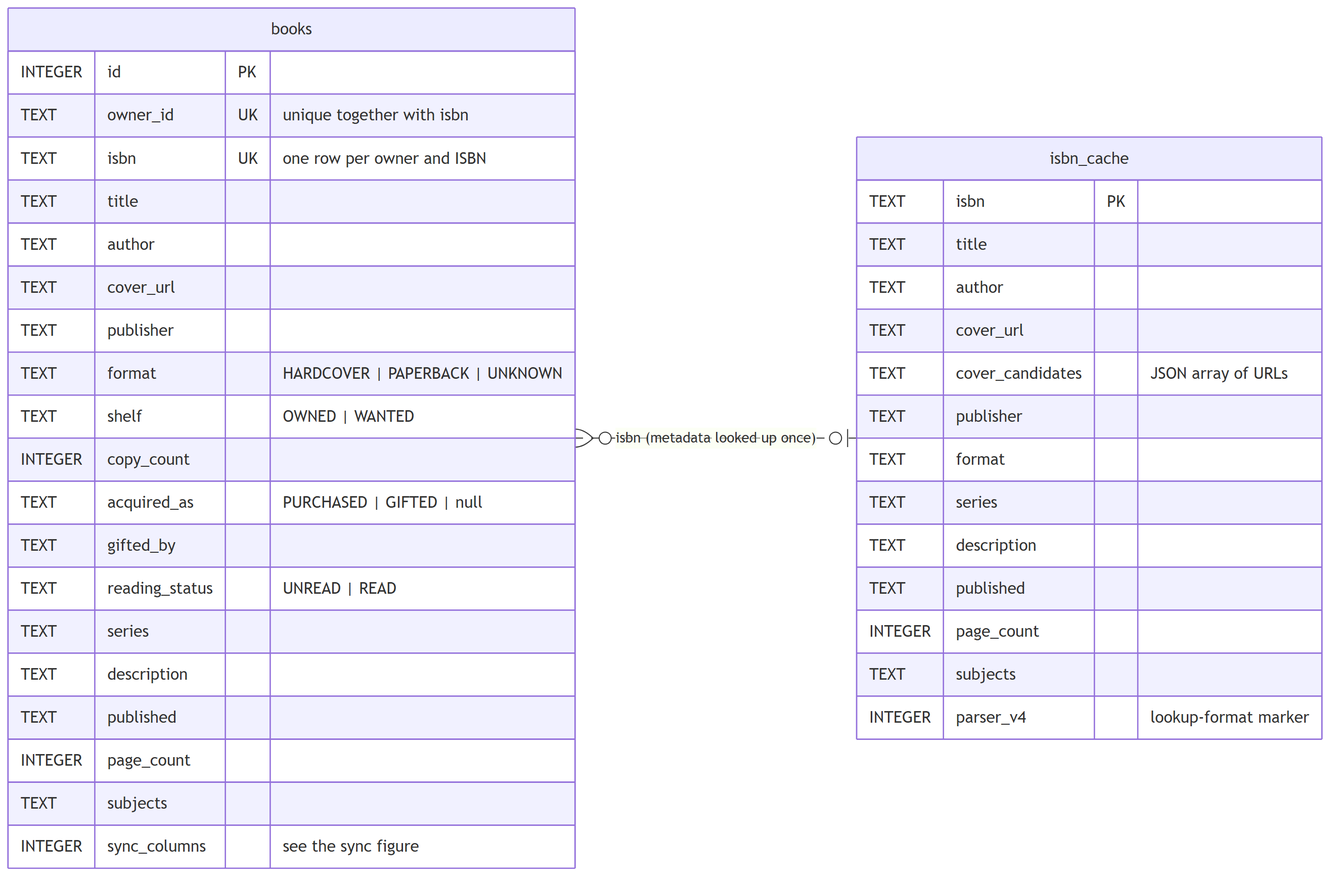
ghechavarria/cen5064-project-hechavarria keeps this Mermaid diagram as docs/design/figures/data-model.png. Above is the earlier version. Its source is kept beside it as docs/design/diagrams/data-model.mmd.
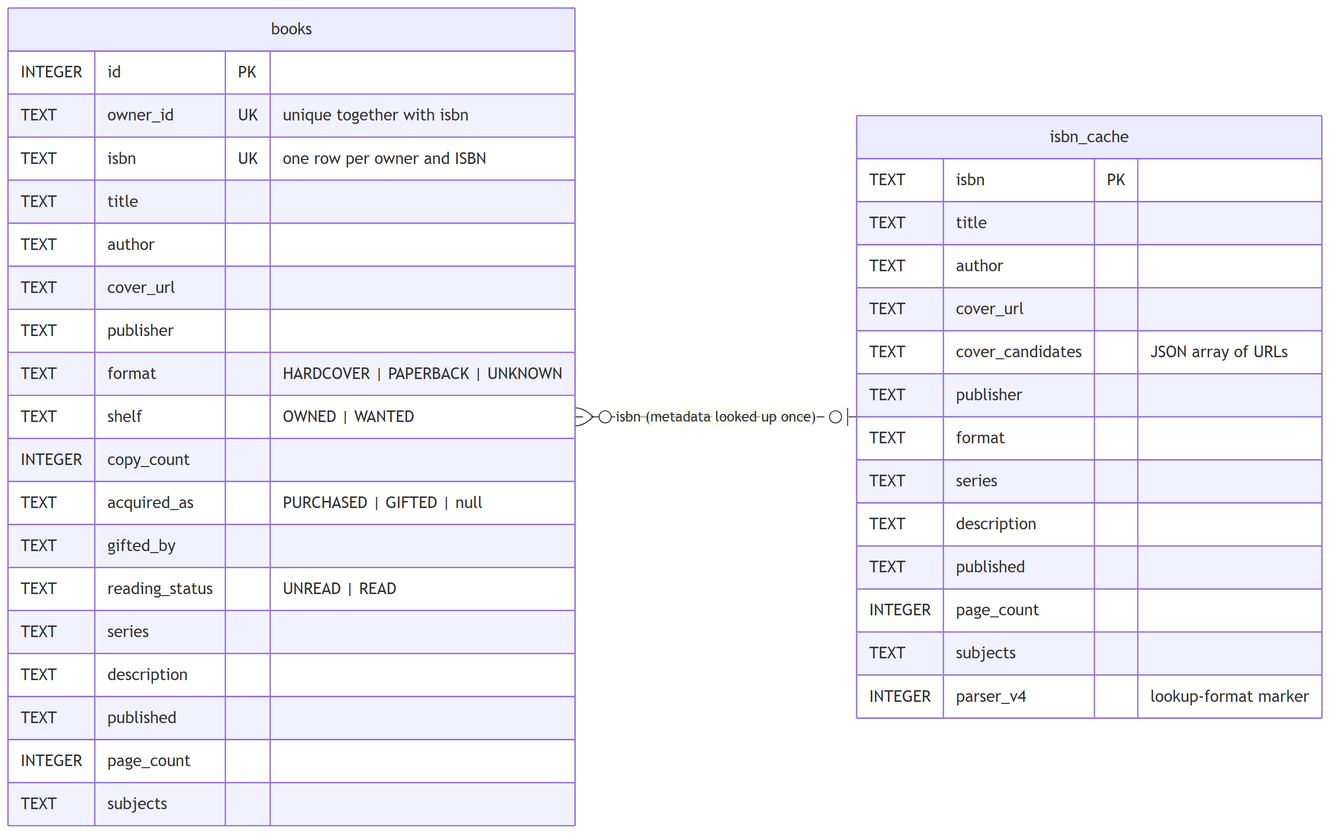
Above is the later version.

Commit message:
Design document: nothing overflows, headings stay with their diagrams, no split sentences

Change to the diagram source:
```diff
@@ -19,7 +19,6 @@
         TEXT published
         INTEGER page_count
         TEXT subjects
-        INTEGER sync_columns "see the sync figure"
     }
     isbn_cache {
         TEXT isbn PK
```
